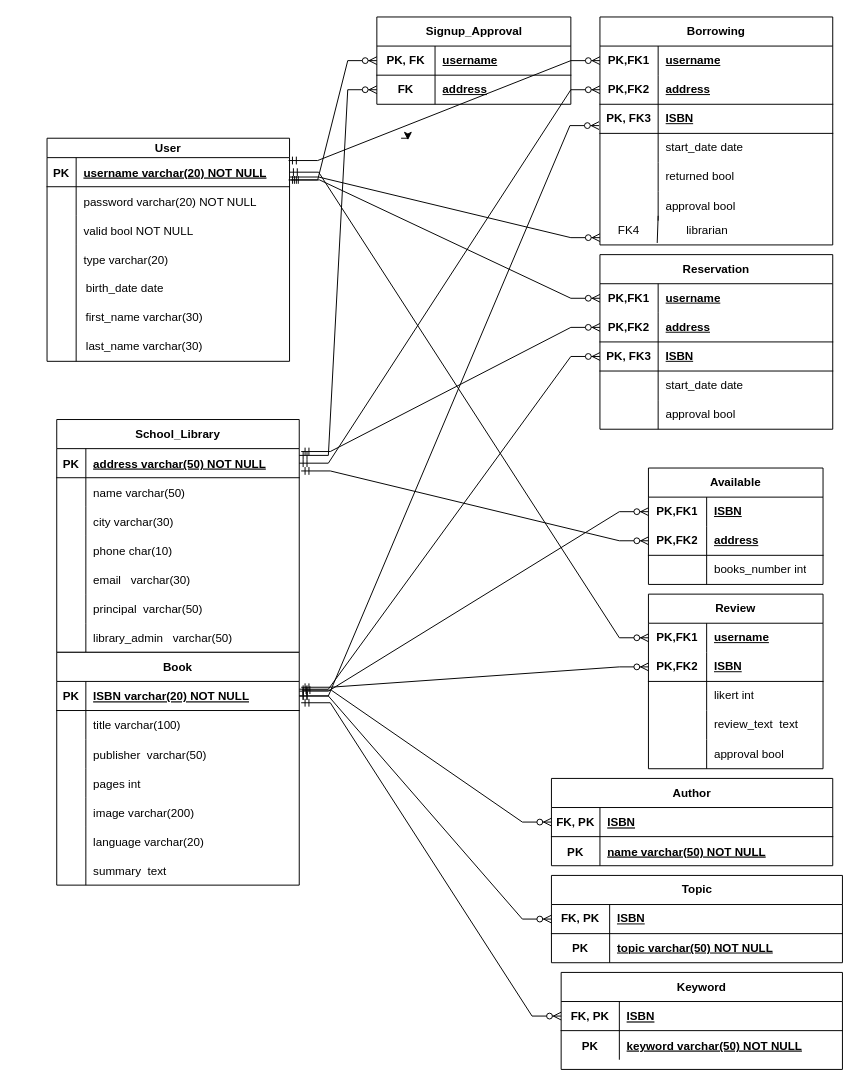
Above: Relational Schema.drawio in ntua-el20069/school-library-app (draw.io), before the change. Source tidied: cells renumbered, new cells numbered last; positions are measured from the earlier drawing's top-left corner, leaving out a move shared by most shapes. Both pictures are drawn from the tidied source at 97%, with x=0, y=0 at pixel (47, 16).
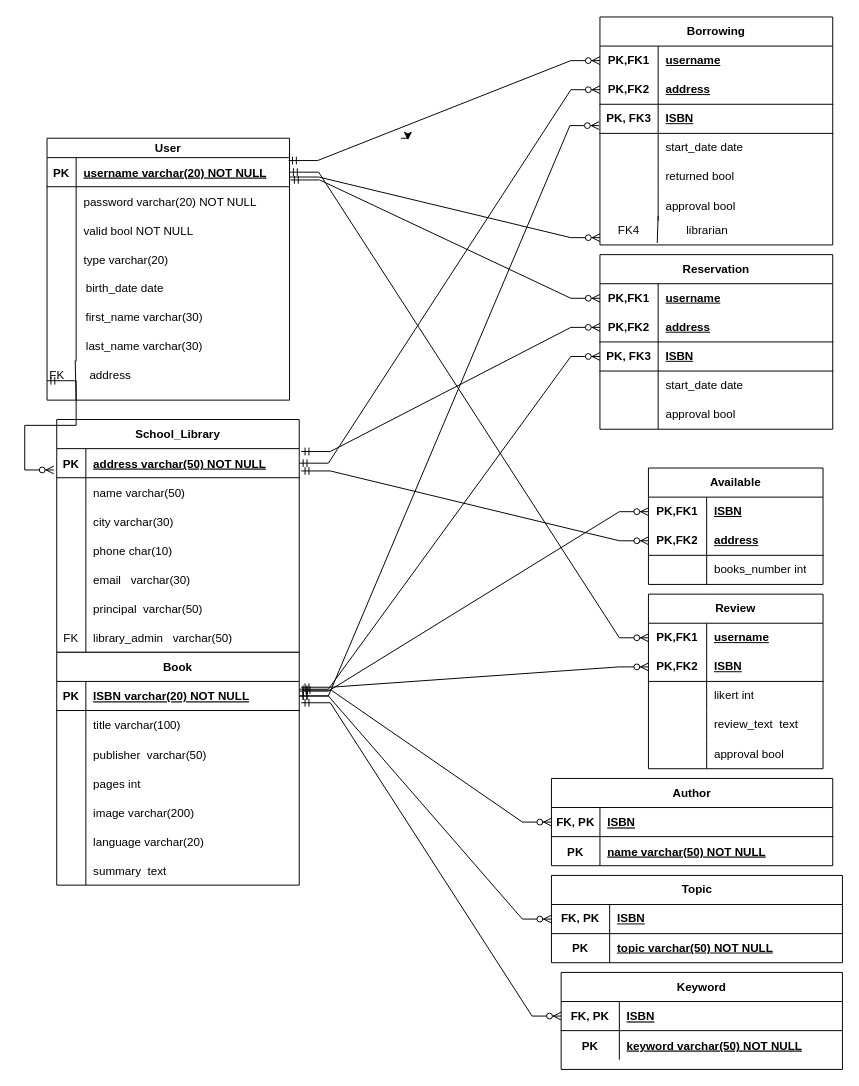
Above is the later version.

The change refers to these unchanged cells:
```xml
<mxCell id="10" style="shape=partialRectangle;fillColor=none;points=[[0,0.5],[1,0.5]];portConstraint=eastwest;top=0;left=0;right=0;bottom=1;" parent="9" vertex="1">
  <mxGeometry y="20" width="250" height="30" as="geometry" />
</mxCell>
<mxCell id="23" style="shape=partialRectangle;fillColor=none;points=[[0,0.5],[1,0.5]];portConstraint=eastwest;top=0;left=0;right=0;bottom=1;" parent="22" vertex="1">
  <mxGeometry y="30" width="250" height="30" as="geometry" />
</mxCell>
<mxCell id="41" style="shape=partialRectangle;fillColor=none;top=0;left=0;right=0;bottom=0;" parent="22" vertex="1">
  <mxGeometry y="210" width="250" height="30" as="geometry" />
</mxCell>
<mxCell id="168" value="last_name varchar(30)" style="text;html=1;align=center;verticalAlign=middle;points=[];strokeColor=none;fillColor=none;" parent="1" vertex="1">
  <mxGeometry x="30" y="325" width="140" height="30" as="geometry" />
</mxCell>
```

Change to the diagram source:
```diff
@@
     <mxCell id="9" value="User" style="shape=table;startSize=20;childLayout=tableLayout;rowLines=0;fontStyle=1;align=center;" parent="1" vertex="1">
-      <mxGeometry y="125" width="250" height="230" as="geometry" />
+      <mxGeometry y="125" width="250" height="270" as="geometry" />
     </mxCell>
@@
-    <mxCell id="42" style="shape=partialRectangle;overflow=hidden;fillColor=none;top=0;left=0;bottom=0;right=0;" parent="41" vertex="1">
+    <mxCell id="42" value="FK" style="shape=partialRectangle;overflow=hidden;fillColor=none;top=0;left=0;bottom=0;right=0;" parent="41" vertex="1">
       <mxGeometry width="30" height="30" as="geometry" />
     </mxCell>
@@
-    <mxCell id="146" value="Signup_Approval" style="shape=table;startSize=30;childLayout=tableLayout;rowLines=0;fontStyle=1;align=center;html=1;" parent="1" vertex="1">
-      <mxGeometry x="340" width="200" height="90" as="geometry" />
-    </mxCell>
-    <mxCell id="147" style="shape=tableRow;horizontal=0;startSize=0;swimlaneHead=0;swimlaneBody=0;fillColor=none;points=[[0,0.5],[1,0.5]];portConstraint=eastwest;top=0;left=0;right=0;bottom=1;" parent="146" vertex="1">
-      <mxGeometry y="30" width="200" height="30" as="geometry" />
-    </mxCell>
-    <mxCell id="148" value="PK, FK" style="shape=partialRectangle;fillColor=none;top=0;left=0;bottom=0;right=0;fontStyle=1;overflow=hidden;whiteSpace=wrap;html=1;" parent="147" vertex="1">
-      <mxGeometry width="60" height="30" as="geometry" />
-    </mxCell>
-    <mxCell id="149" value="username" style="shape=partialRectangle;fillColor=none;top=0;left=0;bottom=0;right=0;align=left;spacingLeft=6;fontStyle=5;overflow=hidden;whiteSpace=wrap;html=1;" parent="147" vertex="1">
-      <mxGeometry x="60" width="140" height="30" as="geometry" />
-    </mxCell>
-    <mxCell id="150" style="shape=tableRow;horizontal=0;startSize=0;swimlaneHead=0;swimlaneBody=0;fillColor=none;points=[[0,0.5],[1,0.5]];portConstraint=eastwest;top=0;left=0;right=0;bottom=0;" parent="146" vertex="1">
-      <mxGeometry y="60" width="200" height="30" as="geometry" />
-    </mxCell>
-    <mxCell id="151" value="&lt;b&gt;FK&lt;/b&gt;" style="shape=partialRectangle;fillColor=none;top=0;left=0;bottom=0;right=0;overflow=hidden;whiteSpace=wrap;html=1;" parent="150" vertex="1">
-      <mxGeometry width="60" height="30" as="geometry" />
-    </mxCell>
-    <mxCell id="152" value="&lt;u&gt;&lt;b&gt;address&lt;/b&gt;&lt;/u&gt;" style="shape=partialRectangle;fillColor=none;top=0;left=0;bottom=0;right=0;align=left;spacingLeft=6;overflow=hidden;whiteSpace=wrap;html=1;" parent="150" vertex="1">
-      <mxGeometry x="60" width="140" height="30" as="geometry" />
-    </mxCell>
@@
-    <mxCell id="160" style="edgeStyle=entityRelationEdgeStyle;fontSize=12;html=1;endArrow=ERzeroToMany;startArrow=ERmandOne;rounded=0;exitX=1;exitY=0.233;exitDx=0;exitDy=0;entryX=0;entryY=0.5;entryDx=0;entryDy=0;exitPerimeter=0;" parent="1" edge="1" source="23" target="150">
-      <mxGeometry relative="1" as="geometry" />
-    </mxCell>
@@
-    <mxCell id="164" style="edgeStyle=entityRelationEdgeStyle;fontSize=12;html=1;endArrow=ERzeroToMany;startArrow=ERmandOne;rounded=0;exitX=0.996;exitY=0.767;exitDx=0;exitDy=0;entryX=0;entryY=0.5;entryDx=0;entryDy=0;exitPerimeter=0;" parent="1" edge="1" source="10" target="147">
-      <mxGeometry relative="1" as="geometry" />
-    </mxCell>
@@
+    <mxCell id="152" value="address" style="text;html=1;align=center;verticalAlign=middle;strokeColor=none;fillColor=none;" parent="1" vertex="1">
+      <mxGeometry x="30" y="355" width="70" height="30" as="geometry" />
+    </mxCell>
+    <mxCell id="151" value="FK" style="text;html=1;align=center;verticalAlign=middle;strokeColor=none;fillColor=none;" parent="1" vertex="1">
+      <mxGeometry x="-10" y="355" width="40" height="30" as="geometry" />
+    </mxCell>
+    <mxCell id="173" style="endArrow=none;html=1;rounded=0;entryX=-0.007;entryY=0.967;entryDx=0;entryDy=0;entryPerimeter=0;" parent="1" edge="1" target="168">
+      <mxGeometry relative="1" as="geometry">
+        <mxPoint x="30" y="395" as="sourcePoint" />
+      </mxGeometry>
+    </mxCell>
+    <mxCell id="174" style="edgeStyle=entityRelationEdgeStyle;fontSize=12;html=1;endArrow=ERzeroToMany;startArrow=ERmandOne;rounded=0;entryX=-0.012;entryY=0.733;entryDx=0;entryDy=0;entryPerimeter=0;" parent="1" edge="1" target="23">
+      <mxGeometry relative="1" as="geometry">
+        <mxPoint y="375" as="sourcePoint" />
+      </mxGeometry>
+    </mxCell>
```
